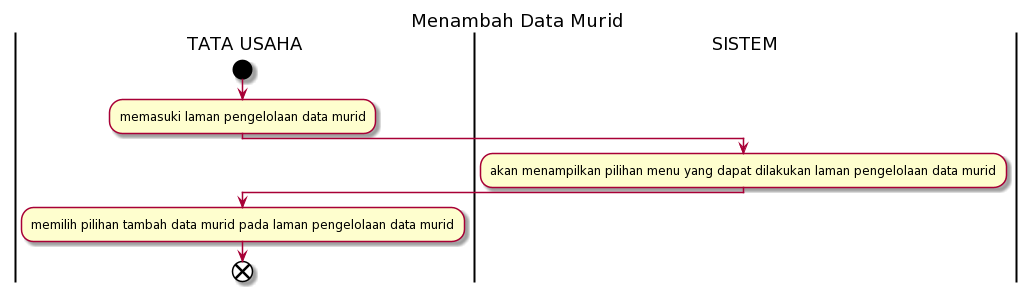
Earlier version of the PlantUML export activity_1_1.png (AgileRE-2021/UseTivy).
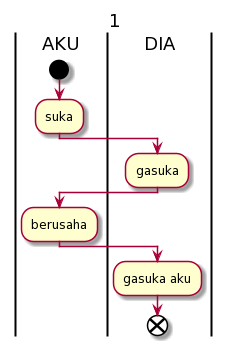
The same file after the commit.

What changed in the source:
```diff
@@ -1,11 +1,13 @@
 @startuml
-title Menambah Data Murid
-|TATA USAHA|
+title 1
+|AKU|
 start
-:memasuki laman pengelolaan data murid;
-|SISTEM|
-:akan menampilkan pilihan menu yang dapat dilakukan laman pengelolaan data murid;
-|TATA USAHA|
-:memilih pilihan tambah data murid pada laman pengelolaan data murid;
+:suka;
+|DIA|
+:gasuka;
+|AKU|
+:berusaha;
+|DIA|
+:gasuka aku;
 end
 @enduml
```
